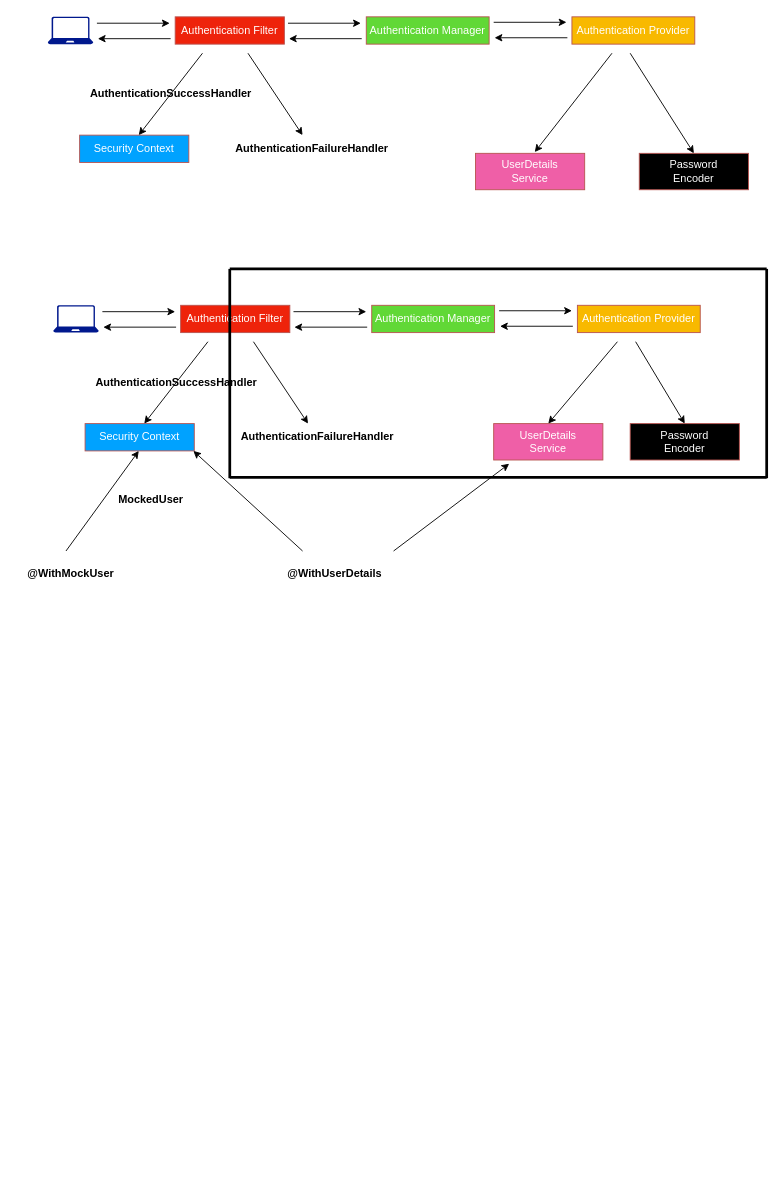
Earlier version of the draw.io diagram BE/technical/Spring-Security.drawio (afflato/system). Source tidied: cells renumbered, new cells numbered last; positions are measured from the earlier drawing's top-left corner, leaving out a move shared by most shapes. Both pictures are drawn from the tidied source at 91%, with x=0, y=0 at pixel (15, 16).
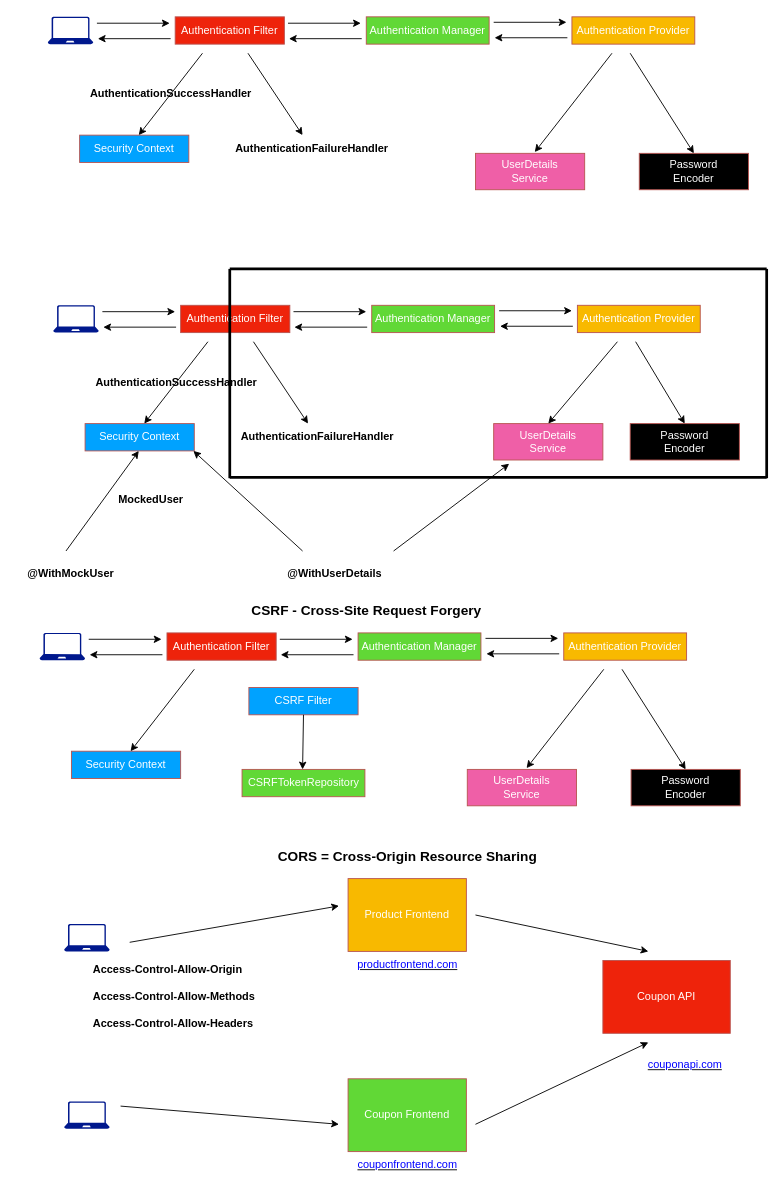
After the change.

Change to the diagram source:
```diff
@@
+    <mxCell id="52" style="group;" parent="1" vertex="1">
+      <mxGeometry x="26" y="677" width="770" height="190" as="geometry" />
+    </mxCell>
+    <mxCell id="53" style="sketch=0;shadow=0;dashed=0;html=1;strokeColor=none;labelPosition=center;verticalLabelPosition=bottom;verticalAlign=top;align=center;fillColor=#00188D;shape=mxgraph.azure.laptop;" parent="52" vertex="1">
+      <mxGeometry width="50" height="30" as="geometry" />
+    </mxCell>
+    <mxCell id="54" value="Authentication Filter" style="rounded=0;whiteSpace=wrap;html=1;fillColor=#EE230B;strokeColor=#b85450;fontColor=#FFFFFF;" parent="52" vertex="1">
+      <mxGeometry x="140" width="120" height="30" as="geometry" />
+    </mxCell>
+    <mxCell id="55" value="Authentication Manager" style="rounded=0;whiteSpace=wrap;html=1;fillColor=#61D836;strokeColor=#b85450;fontColor=#FFFFFF;" parent="52" vertex="1">
+      <mxGeometry x="350" width="135" height="30" as="geometry" />
+    </mxCell>
+    <mxCell id="56" value="Authentication Provider" style="rounded=0;whiteSpace=wrap;html=1;fillColor=#F8B900;strokeColor=#b85450;fontColor=#FFFFFF;" parent="52" vertex="1">
+      <mxGeometry x="576" width="135" height="30" as="geometry" />
+    </mxCell>
+    <mxCell id="57" value="Security Context" style="rounded=0;whiteSpace=wrap;html=1;fillColor=#00A2FF;strokeColor=#b85450;fontColor=#FFFFFF;" parent="52" vertex="1">
+      <mxGeometry x="35" y="130" width="120" height="30" as="geometry" />
+    </mxCell>
+    <mxCell id="58" value="UserDetails&lt;div&gt;Service&lt;/div&gt;" style="rounded=0;whiteSpace=wrap;html=1;fillColor=#EF5FA7;strokeColor=#b85450;fontColor=#FFFFFF;" parent="52" vertex="1">
+      <mxGeometry x="470" y="150" width="120" height="40" as="geometry" />
+    </mxCell>
+    <mxCell id="59" value="Password&lt;div&gt;Encoder&lt;/div&gt;" style="rounded=0;whiteSpace=wrap;html=1;fillColor=#000000;strokeColor=#b85450;fontColor=#FFFFFF;" parent="52" vertex="1">
+      <mxGeometry x="650" y="150" width="120" height="40" as="geometry" />
+    </mxCell>
+    <mxCell id="60" style="endArrow=classic;html=1;rounded=0;" parent="52" edge="1">
+      <mxGeometry relative="1" as="geometry">
+        <mxPoint x="170" y="40" as="sourcePoint" />
+        <mxPoint x="100" y="130" as="targetPoint" />
+      </mxGeometry>
+    </mxCell>
+    <mxCell id="61" style="endArrow=classic;html=1;rounded=0;entryX=0.543;entryY=-0.034;entryDx=0;entryDy=0;entryPerimeter=0;" parent="52" edge="1" target="58">
+      <mxGeometry relative="1" as="geometry">
+        <mxPoint x="620" y="40" as="sourcePoint" />
+      </mxGeometry>
+    </mxCell>
+    <mxCell id="62" style="endArrow=classic;html=1;rounded=0;entryX=0.5;entryY=0;entryDx=0;entryDy=0;" parent="52" edge="1" target="59">
+      <mxGeometry relative="1" as="geometry">
+        <mxPoint x="640" y="40" as="sourcePoint" />
+      </mxGeometry>
+    </mxCell>
+    <mxCell id="63" style="endArrow=classic;html=1;rounded=0;" parent="52" edge="1">
+      <mxGeometry relative="1" as="geometry">
+        <mxPoint x="54" y="7" as="sourcePoint" />
+        <mxPoint x="134" y="7" as="targetPoint" />
+      </mxGeometry>
+    </mxCell>
+    <mxCell id="64" style="endArrow=classic;html=1;rounded=0;" parent="52" edge="1">
+      <mxGeometry relative="1" as="geometry">
+        <mxPoint x="135" y="24" as="sourcePoint" />
+        <mxPoint x="55" y="24" as="targetPoint" />
+      </mxGeometry>
+    </mxCell>
+    <mxCell id="65" style="endArrow=classic;html=1;rounded=0;" parent="52" edge="1">
+      <mxGeometry relative="1" as="geometry">
+        <mxPoint x="264" y="7" as="sourcePoint" />
+        <mxPoint x="344" y="7" as="targetPoint" />
+      </mxGeometry>
+    </mxCell>
+    <mxCell id="66" style="endArrow=classic;html=1;rounded=0;" parent="52" edge="1">
+      <mxGeometry relative="1" as="geometry">
+        <mxPoint x="345" y="24" as="sourcePoint" />
+        <mxPoint x="265" y="24" as="targetPoint" />
+      </mxGeometry>
+    </mxCell>
+    <mxCell id="67" style="endArrow=classic;html=1;rounded=0;" parent="52" edge="1">
+      <mxGeometry relative="1" as="geometry">
+        <mxPoint x="490" y="6" as="sourcePoint" />
+        <mxPoint x="570" y="6" as="targetPoint" />
+      </mxGeometry>
+    </mxCell>
+    <mxCell id="68" style="endArrow=classic;html=1;rounded=0;" parent="52" edge="1">
+      <mxGeometry relative="1" as="geometry">
+        <mxPoint x="571" y="23" as="sourcePoint" />
+        <mxPoint x="491" y="23" as="targetPoint" />
+      </mxGeometry>
+    </mxCell>
+    <mxCell id="69" value="CSRF Filter" style="rounded=0;whiteSpace=wrap;html=1;fillColor=#00A2FF;strokeColor=#b85450;fontColor=#FFFFFF;" parent="52" vertex="1">
+      <mxGeometry x="230" y="60" width="120" height="30" as="geometry" />
+    </mxCell>
+    <mxCell id="70" value="CSRFTokenRepository" style="rounded=0;whiteSpace=wrap;html=1;fillColor=#61D836;strokeColor=#b85450;fontColor=#FFFFFF;" parent="52" vertex="1">
+      <mxGeometry x="222.5" y="150" width="135" height="30" as="geometry" />
+    </mxCell>
+    <mxCell id="71" style="endArrow=classic;html=1;rounded=0;exitX=0.5;exitY=1;exitDx=0;exitDy=0;" parent="52" edge="1" source="69">
+      <mxGeometry relative="1" as="geometry">
+        <mxPoint x="289" y="150" as="targetPoint" />
+      </mxGeometry>
+    </mxCell>
+    <mxCell id="72" style="sketch=0;shadow=0;dashed=0;html=1;strokeColor=none;labelPosition=center;verticalLabelPosition=bottom;verticalAlign=top;align=center;fillColor=#00188D;shape=mxgraph.azure.laptop;" parent="1" vertex="1">
+      <mxGeometry x="53" y="997" width="50" height="30" as="geometry" />
+    </mxCell>
+    <mxCell id="73" style="sketch=0;shadow=0;dashed=0;html=1;strokeColor=none;labelPosition=center;verticalLabelPosition=bottom;verticalAlign=top;align=center;fillColor=#00188D;shape=mxgraph.azure.laptop;" parent="1" vertex="1">
+      <mxGeometry x="53" y="1192" width="50" height="30" as="geometry" />
+    </mxCell>
+    <mxCell id="74" value="&lt;b&gt;&lt;font style=&quot;font-size: 15px;&quot;&gt;CORS = Cross-Origin Resource Sharing&lt;/font&gt;&lt;/b&gt;" style="text;html=1;align=center;verticalAlign=middle;strokeColor=none;fillColor=none;" parent="1" vertex="1">
+      <mxGeometry x="275" y="907" width="310" height="30" as="geometry" />
+    </mxCell>
+    <mxCell id="75" value="Product Frontend" style="rounded=0;whiteSpace=wrap;html=1;fillColor=#F8B900;strokeColor=#b85450;fontColor=#FFFFFF;" parent="1" vertex="1">
+      <mxGeometry x="365" y="947" width="130" height="80" as="geometry" />
+    </mxCell>
+    <mxCell id="76" value="Coupon API" style="rounded=0;whiteSpace=wrap;html=1;fillColor=#EE230B;strokeColor=#b85450;fontColor=#FFFFFF;" parent="1" vertex="1">
+      <mxGeometry x="645" y="1037" width="140" height="80" as="geometry" />
+    </mxCell>
+    <mxCell id="77" value="Coupon Frontend" style="rounded=0;whiteSpace=wrap;html=1;fillColor=#61D836;strokeColor=#b85450;fontColor=#FFFFFF;" parent="1" vertex="1">
+      <mxGeometry x="365" y="1167" width="130" height="80" as="geometry" />
+    </mxCell>
+    <mxCell id="78" value="&lt;u&gt;&lt;font color=&quot;#0000ff&quot;&gt;couponapi.com&lt;/font&gt;&lt;/u&gt;" style="text;html=1;align=center;verticalAlign=middle;strokeColor=none;fillColor=none;" parent="1" vertex="1">
+      <mxGeometry x="685" y="1137" width="100" height="30" as="geometry" />
+    </mxCell>
+    <mxCell id="79" value="&lt;u&gt;&lt;font color=&quot;#0000ff&quot;&gt;productfrontend.com&lt;/font&gt;&lt;/u&gt;" style="text;html=1;align=center;verticalAlign=middle;strokeColor=none;fillColor=none;" parent="1" vertex="1">
+      <mxGeometry x="365" y="1027" width="130" height="30" as="geometry" />
+    </mxCell>
+    <mxCell id="80" value="&lt;u&gt;&lt;font color=&quot;#0000ff&quot;&gt;couponfrontend.com&lt;/font&gt;&lt;/u&gt;" style="text;html=1;align=center;verticalAlign=middle;strokeColor=none;fillColor=none;" parent="1" vertex="1">
+      <mxGeometry x="365" y="1247" width="130" height="30" as="geometry" />
+    </mxCell>
+    <mxCell id="81" style="endArrow=classic;html=1;rounded=0;" parent="1" edge="1">
+      <mxGeometry relative="1" as="geometry">
+        <mxPoint x="505" y="987" as="sourcePoint" />
+        <mxPoint x="695" y="1027" as="targetPoint" />
+      </mxGeometry>
+    </mxCell>
+    <mxCell id="82" style="endArrow=classic;html=1;rounded=0;" parent="1" edge="1">
+      <mxGeometry relative="1" as="geometry">
+        <mxPoint x="505" y="1217" as="sourcePoint" />
+        <mxPoint x="695" y="1127" as="targetPoint" />
+      </mxGeometry>
+    </mxCell>
+    <mxCell id="83" style="endArrow=classic;html=1;rounded=0;" parent="1" edge="1">
+      <mxGeometry relative="1" as="geometry">
+        <mxPoint x="125" y="1017" as="sourcePoint" />
+        <mxPoint x="355" y="977" as="targetPoint" />
+      </mxGeometry>
+    </mxCell>
+    <mxCell id="84" style="endArrow=classic;html=1;rounded=0;" parent="1" edge="1">
+      <mxGeometry relative="1" as="geometry">
+        <mxPoint x="115" y="1197" as="sourcePoint" />
+        <mxPoint x="355" y="1217" as="targetPoint" />
+      </mxGeometry>
+    </mxCell>
+    <mxCell id="85" value="&lt;b&gt;Access-Control-Allow-Origin&lt;/b&gt;" style="text;html=1;align=left;verticalAlign=middle;strokeColor=none;fillColor=none;" parent="1" vertex="1">
+      <mxGeometry x="83" y="1032" width="190" height="30" as="geometry" />
+    </mxCell>
+    <mxCell id="86" value="&lt;b&gt;Access-Control-Allow-Methods&lt;/b&gt;" style="text;html=1;align=left;verticalAlign=middle;strokeColor=none;fillColor=none;" parent="1" vertex="1">
+      <mxGeometry x="83" y="1062" width="200" height="30" as="geometry" />
+    </mxCell>
+    <mxCell id="87" value="&lt;b&gt;Access-Control-Allow-Headers&lt;/b&gt;" style="text;html=1;align=left;verticalAlign=middle;strokeColor=none;fillColor=none;" parent="1" vertex="1">
+      <mxGeometry x="83" y="1092" width="200" height="30" as="geometry" />
+    </mxCell>
+    <mxCell id="88" value="&lt;font style=&quot;font-size: 15px;&quot;&gt;&lt;b&gt;CSRF - Cross-Site Request Forgery&lt;/b&gt;&lt;/font&gt;" style="text;html=1;align=center;verticalAlign=middle;strokeColor=none;fillColor=none;" parent="1" vertex="1">
+      <mxGeometry x="245" y="637" width="280" height="30" as="geometry" />
+    </mxCell>
```
